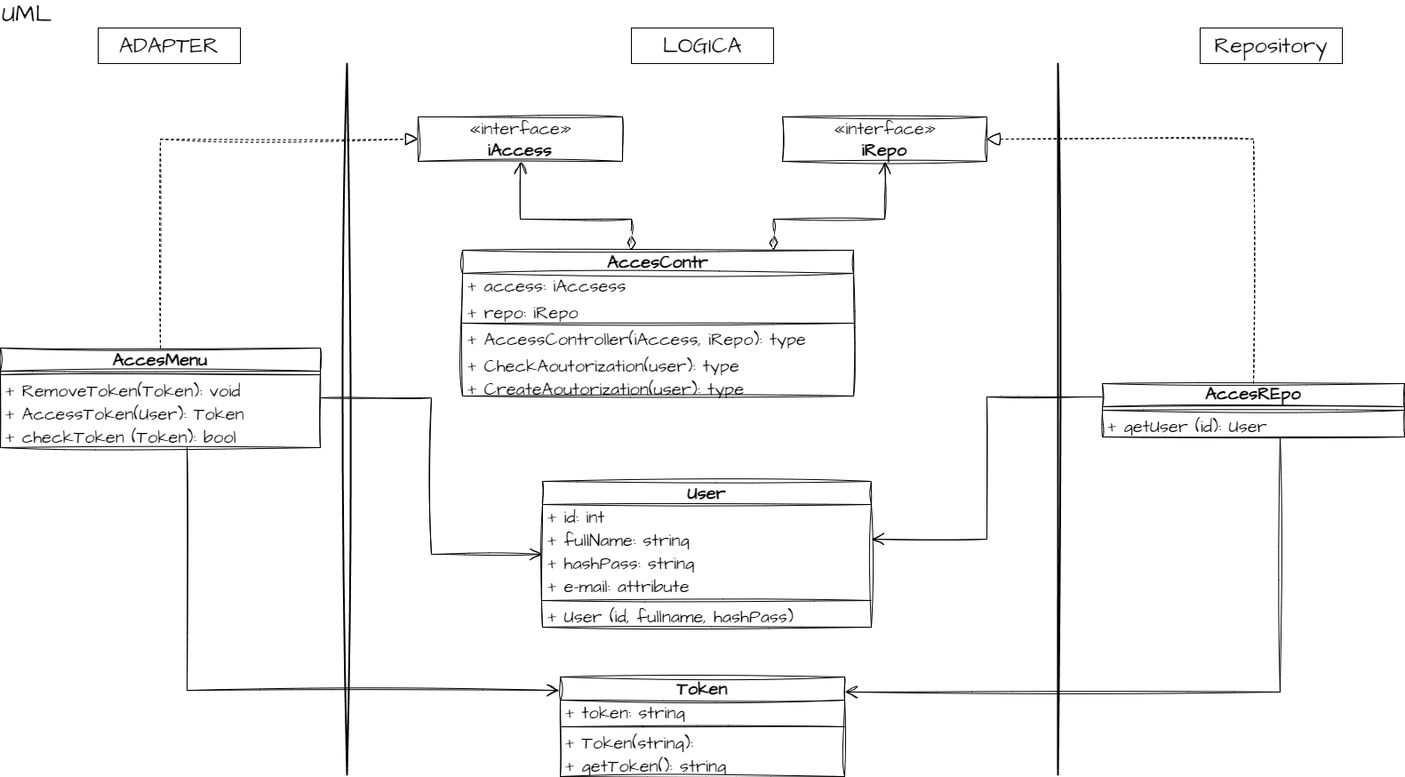
The draw.io diagram final_dz/UML.png in bond40rus/ArhitecturaPO, before a commit. Source tidied: cells renumbered, new cells last; positions are measured from the earlier drawing's top-left corner, leaving out a move shared by most shapes.
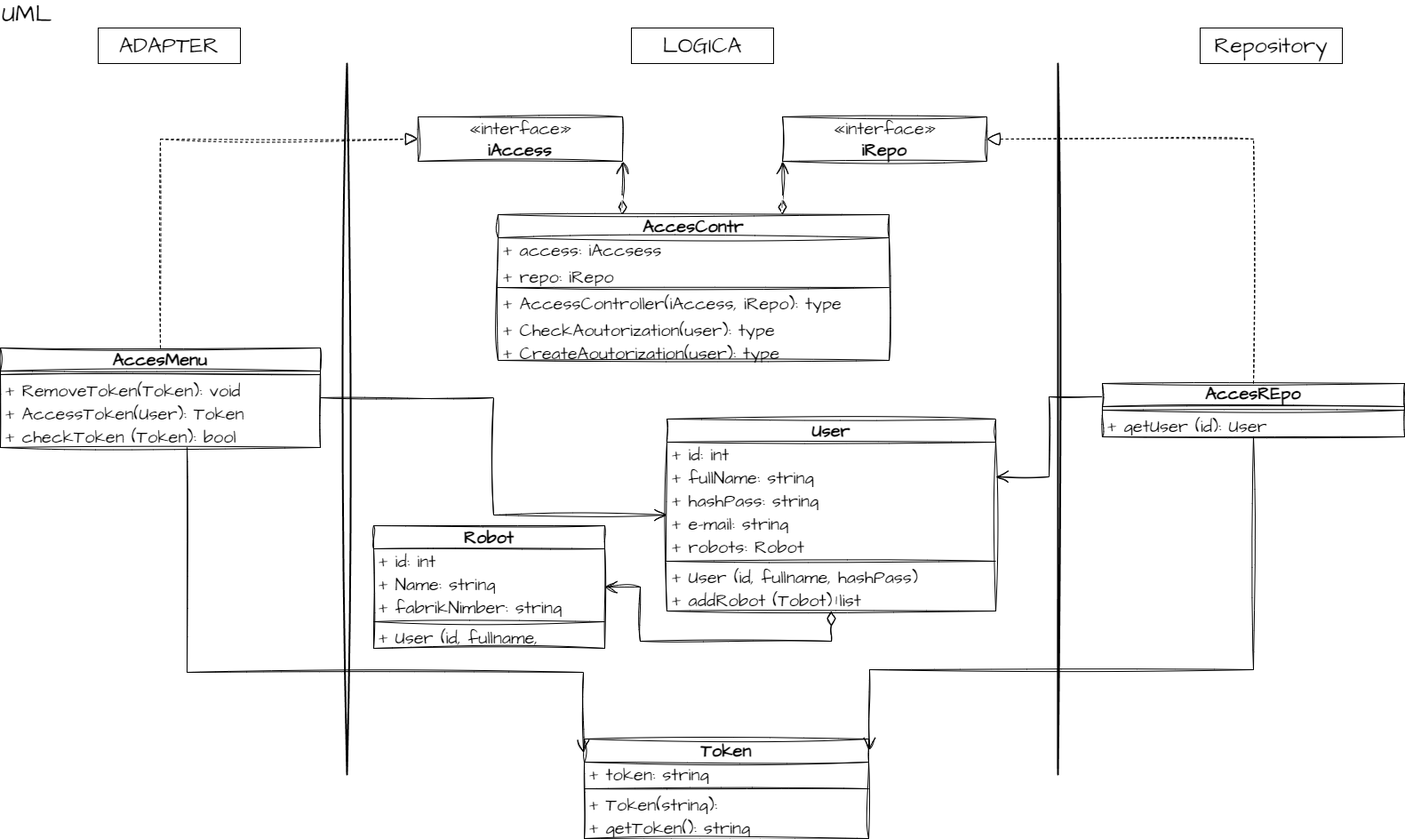
After the commit.

Diff of the diagram source:
```diff
@@ -42,7 +42,7 @@
       <mxGeometry x="880" y="130" width="230" height="50" as="geometry" />
     </mxCell>
     <mxCell id="14" value="AccesContr" style="swimlane;fontStyle=1;align=center;verticalAlign=middle;horizontal=1;startSize=26;whiteSpace=wrap;html=1;sketch=1;hachureGap=4;jiggle=2;curveFitting=1;fontFamily=Architects Daughter;fontSource=https%3A%2F%2Ffonts.googleapis.com%2Fcss%3Ffamily%3DArchitects%2BDaughter;fontSize=20;" parent="1" vertex="1">
-      <mxGeometry x="520" y="280" width="440" height="164" as="geometry" />
+      <mxGeometry x="560" y="240" width="440" height="164" as="geometry" />
     </mxCell>
     <mxCell id="15" value="+ access: iAccsess" style="text;strokeColor=none;fillColor=none;align=left;verticalAlign=middle;spacingLeft=4;spacingRight=4;overflow=hidden;whiteSpace=wrap;html=1;fontSize=20;fontFamily=Architects Daughter;" parent="14" vertex="1">
       <mxGeometry y="26" width="440" height="26" as="geometry" />
@@ -63,7 +63,7 @@
       <mxGeometry y="138" width="440" height="26" as="geometry" />
     </mxCell>
     <mxCell id="21" value="Token" style="swimlane;fontStyle=1;align=center;verticalAlign=middle;horizontal=1;startSize=26;whiteSpace=wrap;html=1;sketch=1;hachureGap=4;jiggle=2;curveFitting=1;fontFamily=Architects Daughter;fontSource=https%3A%2F%2Ffonts.googleapis.com%2Fcss%3Ffamily%3DArchitects%2BDaughter;fontSize=20;" parent="1" vertex="1">
-      <mxGeometry x="630" y="760" width="320" height="112" as="geometry" />
+      <mxGeometry x="657" y="830" width="320" height="112" as="geometry" />
     </mxCell>
     <mxCell id="22" value="+ token: string" style="text;strokeColor=none;fillColor=none;align=left;verticalAlign=middle;spacingLeft=4;spacingRight=4;overflow=hidden;whiteSpace=wrap;html=1;fontSize=20;fontFamily=Architects Daughter;" parent="21" vertex="1">
       <mxGeometry y="26" width="320" height="26" as="geometry" />
@@ -78,7 +78,7 @@
       <mxGeometry y="86" width="320" height="26" as="geometry" />
     </mxCell>
     <mxCell id="26" value="User" style="swimlane;fontStyle=1;align=center;verticalAlign=middle;horizontal=1;startSize=26;whiteSpace=wrap;html=1;sketch=1;hachureGap=4;jiggle=2;curveFitting=1;fontFamily=Architects Daughter;fontSource=https%3A%2F%2Ffonts.googleapis.com%2Fcss%3Ffamily%3DArchitects%2BDaughter;fontSize=20;" parent="1" vertex="1">
-      <mxGeometry x="610" y="540" width="370" height="164" as="geometry" />
+      <mxGeometry x="750" y="470" width="370" height="216" as="geometry" />
     </mxCell>
     <mxCell id="27" value="+ id: int" style="text;strokeColor=none;fillColor=none;align=left;verticalAlign=middle;spacingLeft=4;spacingRight=4;overflow=hidden;whiteSpace=wrap;html=1;fontSize=20;fontFamily=Architects Daughter;" parent="26" vertex="1">
       <mxGeometry y="26" width="370" height="26" as="geometry" />
@@ -89,15 +89,21 @@
     <mxCell id="29" value="+ hashPass: string" style="text;strokeColor=none;fillColor=none;align=left;verticalAlign=middle;spacingLeft=4;spacingRight=4;overflow=hidden;whiteSpace=wrap;html=1;fontSize=20;fontFamily=Architects Daughter;" parent="26" vertex="1">
       <mxGeometry y="78" width="370" height="26" as="geometry" />
     </mxCell>
-    <mxCell id="30" value="+ e-mail: attribute" style="text;strokeColor=none;fillColor=none;align=left;verticalAlign=middle;spacingLeft=4;spacingRight=4;overflow=hidden;whiteSpace=wrap;html=1;fontSize=20;fontFamily=Architects Daughter;" parent="26" vertex="1">
+    <mxCell id="30" value="+ e-mail: string" style="text;strokeColor=none;fillColor=none;align=left;verticalAlign=middle;spacingLeft=4;spacingRight=4;overflow=hidden;whiteSpace=wrap;html=1;fontSize=20;fontFamily=Architects Daughter;" parent="26" vertex="1">
       <mxGeometry y="104" width="370" height="26" as="geometry" />
     </mxCell>
+    <mxCell id="46" value="+ robots: Robot&amp;nbsp;" style="text;strokeColor=none;fillColor=none;align=left;verticalAlign=middle;spacingLeft=4;spacingRight=4;overflow=hidden;whiteSpace=wrap;html=1;fontSize=20;fontFamily=Architects Daughter;" parent="26" vertex="1">
+      <mxGeometry y="130" width="370" height="26" as="geometry" />
+    </mxCell>
     <mxCell id="31" style="line;strokeWidth=1;fillColor=none;align=left;verticalAlign=middle;spacingTop=-1;spacingLeft=3;spacingRight=3;labelPosition=right;strokeColor=inherit;sketch=1;hachureGap=4;jiggle=2;curveFitting=1;fontFamily=Architects Daughter;fontSource=https%3A%2F%2Ffonts.googleapis.com%2Fcss%3Ffamily%3DArchitects%2BDaughter;fontSize=20;" parent="26" vertex="1">
-      <mxGeometry y="130" width="370" height="8" as="geometry" />
+      <mxGeometry y="156" width="370" height="8" as="geometry" />
     </mxCell>
     <mxCell id="32" value="+ User (id, fullname, hashPass)" style="text;strokeColor=none;fillColor=none;align=left;verticalAlign=middle;spacingLeft=4;spacingRight=4;overflow=hidden;whiteSpace=wrap;html=1;fontSize=20;fontFamily=Architects Daughter;" parent="26" vertex="1">
-      <mxGeometry y="138" width="370" height="26" as="geometry" />
+      <mxGeometry y="164" width="370" height="26" as="geometry" />
     </mxCell>
+    <mxCell id="47" value="+ addRobot (Tobot) list&amp;nbsp;" style="text;strokeColor=none;fillColor=none;align=left;verticalAlign=middle;spacingLeft=4;spacingRight=4;overflow=hidden;whiteSpace=wrap;html=1;fontSize=20;fontFamily=Architects Daughter;" parent="26" vertex="1">
+      <mxGeometry y="190" width="370" height="26" as="geometry" />
+    </mxCell>
     <mxCell id="33" value="AccesREpo" style="swimlane;fontStyle=1;align=center;verticalAlign=bottom;horizontal=1;startSize=26;whiteSpace=wrap;html=1;sketch=1;hachureGap=4;jiggle=2;curveFitting=1;fontFamily=Architects Daughter;fontSource=https%3A%2F%2Ffonts.googleapis.com%2Fcss%3Ffamily%3DArchitects%2BDaughter;fontSize=20;" parent="1" vertex="1">
       <mxGeometry x="1240" y="430" width="340" height="60" as="geometry" />
     </mxCell>
@@ -128,14 +134,14 @@
     <mxCell id="41" style="endArrow=open;endFill=1;endSize=12;html=1;rounded=0;sketch=1;hachureGap=4;jiggle=2;curveFitting=1;fontFamily=Architects Daughter;fontSource=https%3A%2F%2Ffonts.googleapis.com%2Fcss%3Ffamily%3DArchitects%2BDaughter;fontSize=16;edgeStyle=orthogonalEdgeStyle;entryX=-0.003;entryY=0.135;entryDx=0;entryDy=0;entryPerimeter=0;" parent="1" edge="1" source="4" target="21">
       <mxGeometry relative="1" as="geometry">
         <Array as="points">
-          <mxPoint x="210" y="775" />
+          <mxPoint x="210" y="755" />
         </Array>
       </mxGeometry>
     </mxCell>
-    <mxCell id="42" style="endArrow=open;endFill=1;endSize=12;html=1;rounded=0;sketch=1;hachureGap=4;jiggle=2;curveFitting=1;fontFamily=Architects Daughter;fontSource=https%3A%2F%2Ffonts.googleapis.com%2Fcss%3Ffamily%3DArchitects%2BDaughter;fontSize=16;edgeStyle=orthogonalEdgeStyle;entryX=1.001;entryY=0.151;entryDx=0;entryDy=0;entryPerimeter=0;" parent="1" edge="1" source="33" target="21">
+    <mxCell id="42" style="endArrow=open;endFill=1;endSize=12;html=1;rounded=0;sketch=1;hachureGap=4;jiggle=2;curveFitting=1;fontFamily=Architects Daughter;fontSource=https%3A%2F%2Ffonts.googleapis.com%2Fcss%3Ffamily%3DArchitects%2BDaughter;fontSize=16;edgeStyle=orthogonalEdgeStyle;entryX=1.003;entryY=0.112;entryDx=0;entryDy=0;entryPerimeter=0;" parent="1" edge="1" source="33" target="21">
       <mxGeometry relative="1" as="geometry">
         <Array as="points">
-          <mxPoint x="1440" y="777" />
+          <mxPoint x="1410" y="752" />
         </Array>
       </mxGeometry>
     </mxCell>
@@ -158,5 +164,32 @@
         </Array>
       </mxGeometry>
     </mxCell>
+    <mxCell id="48" value="Robot" style="swimlane;fontStyle=1;align=center;verticalAlign=middle;horizontal=1;startSize=26;whiteSpace=wrap;html=1;sketch=1;hachureGap=4;jiggle=2;curveFitting=1;fontFamily=Architects Daughter;fontSource=https%3A%2F%2Ffonts.googleapis.com%2Fcss%3Ffamily%3DArchitects%2BDaughter;fontSize=20;" parent="1" vertex="1">
+      <mxGeometry x="420" y="590" width="260" height="138" as="geometry" />
+    </mxCell>
+    <mxCell id="49" value="+ id: int" style="text;strokeColor=none;fillColor=none;align=left;verticalAlign=middle;spacingLeft=4;spacingRight=4;overflow=hidden;whiteSpace=wrap;html=1;fontSize=20;fontFamily=Architects Daughter;" parent="48" vertex="1">
+      <mxGeometry y="26" width="260" height="26" as="geometry" />
+    </mxCell>
+    <mxCell id="50" value="+ Name: string" style="text;strokeColor=none;fillColor=none;align=left;verticalAlign=middle;spacingLeft=4;spacingRight=4;overflow=hidden;whiteSpace=wrap;html=1;fontSize=20;fontFamily=Architects Daughter;" parent="48" vertex="1">
+      <mxGeometry y="52" width="260" height="26" as="geometry" />
+    </mxCell>
+    <mxCell id="51" value="+ fabrikNimber: string" style="text;strokeColor=none;fillColor=none;align=left;verticalAlign=middle;spacingLeft=4;spacingRight=4;overflow=hidden;whiteSpace=wrap;html=1;fontSize=20;fontFamily=Architects Daughter;" parent="48" vertex="1">
+      <mxGeometry y="78" width="260" height="26" as="geometry" />
+    </mxCell>
+    <mxCell id="52" style="line;strokeWidth=1;fillColor=none;align=left;verticalAlign=middle;spacingTop=-1;spacingLeft=3;spacingRight=3;labelPosition=right;strokeColor=inherit;sketch=1;hachureGap=4;jiggle=2;curveFitting=1;fontFamily=Architects Daughter;fontSource=https%3A%2F%2Ffonts.googleapis.com%2Fcss%3Ffamily%3DArchitects%2BDaughter;fontSize=20;" parent="48" vertex="1">
+      <mxGeometry y="104" width="260" height="8" as="geometry" />
+    </mxCell>
+    <mxCell id="53" value="+ User (id, fullname, hashPass)" style="text;strokeColor=none;fillColor=none;align=left;verticalAlign=middle;spacingLeft=4;spacingRight=4;overflow=hidden;whiteSpace=wrap;html=1;fontSize=20;fontFamily=Architects Daughter;" parent="48" vertex="1">
+      <mxGeometry y="112" width="260" height="26" as="geometry" />
+    </mxCell>
+    <mxCell id="54" value="1" style="endArrow=open;html=1;endSize=12;startArrow=diamondThin;startSize=14;startFill=0;edgeStyle=orthogonalEdgeStyle;align=left;verticalAlign=bottom;rounded=0;sketch=1;hachureGap=4;jiggle=2;curveFitting=1;fontFamily=Architects Daughter;fontSource=https%3A%2F%2Ffonts.googleapis.com%2Fcss%3Ffamily%3DArchitects%2BDaughter;fontSize=16;" parent="1" edge="1" source="26" target="48">
+      <mxGeometry x="-1" y="3" relative="1" as="geometry">
+        <Array as="points">
+          <mxPoint x="935" y="720" />
+          <mxPoint x="720" y="720" />
+          <mxPoint x="720" y="659" />
+        </Array>
+      </mxGeometry>
+    </mxCell>
   </root>
 </mxGraphModel>
```
